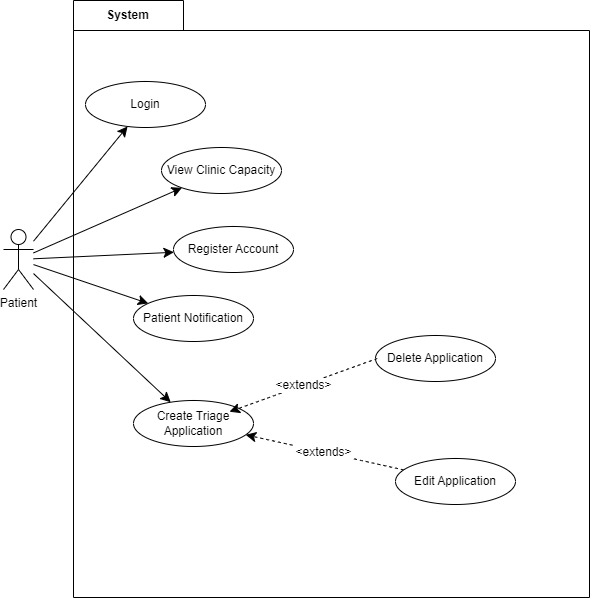
Earlier version of the draw.io export useCaseDiagrams/UseCaseDiagram.drawio.png (SENG-350-2024-fall/Team5). Source tidied: cells renumbered, new cells last; positions are measured from the earlier drawing's top-left corner, leaving out a move shared by most shapes.
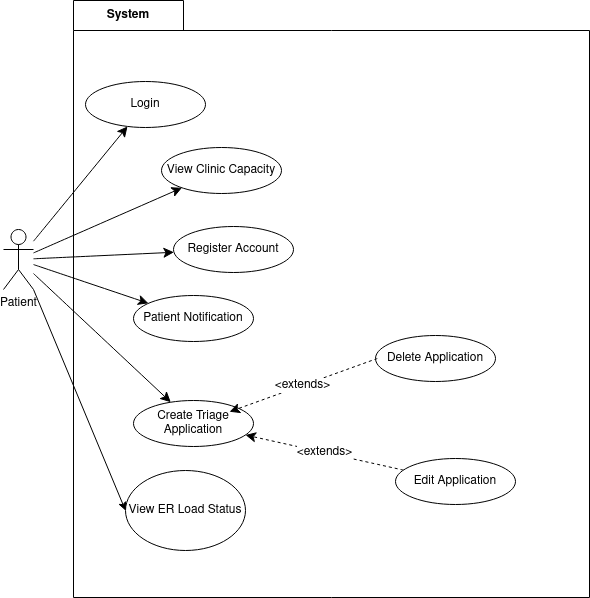
Later version of the same file.

What changed in the source:
```diff
@@ -19,6 +19,9 @@
     <mxCell id="6" value="View Clinic Capacity" style="ellipse;whiteSpace=wrap;html=1;" parent="2" vertex="1">
       <mxGeometry x="88" y="147" width="120" height="46" as="geometry" />
     </mxCell>
+    <mxCell id="19" value="View ER Load Status" style="ellipse;whiteSpace=wrap;html=1;" parent="2" vertex="1">
+      <mxGeometry x="52" y="470" width="120" height="80" as="geometry" />
+    </mxCell>
     <mxCell id="7" style="edgeStyle=none;curved=1;rounded=0;jettySize=auto;html=1;fontSize=12;startSize=8;endSize=8;" parent="1" edge="1" source="12" target="13">
       <mxGeometry relative="1" as="geometry" />
     </mxCell>
@@ -34,6 +37,9 @@
     <mxCell id="11" style="edgeStyle=none;curved=1;rounded=0;jettySize=auto;html=1;fontSize=12;startSize=8;endSize=8;" parent="1" edge="1" source="12" target="4">
       <mxGeometry relative="1" as="geometry" />
     </mxCell>
+    <mxCell id="20" style="rounded=0;jettySize=auto;html=1;exitX=1;exitY=1;exitDx=0;exitDy=0;exitPerimeter=0;entryX=0;entryY=0.5;entryDx=0;entryDy=0;" parent="1" edge="1" source="12" target="19">
+      <mxGeometry relative="1" as="geometry" />
+    </mxCell>
     <mxCell id="12" value="Patient&lt;div&gt;&lt;br&gt;&lt;/div&gt;" style="shape=umlActor;verticalLabelPosition=bottom;verticalAlign=top;html=1;outlineConnect=0;" parent="1" vertex="1">
       <mxGeometry y="229" width="30" height="60" as="geometry" />
     </mxCell>
```
